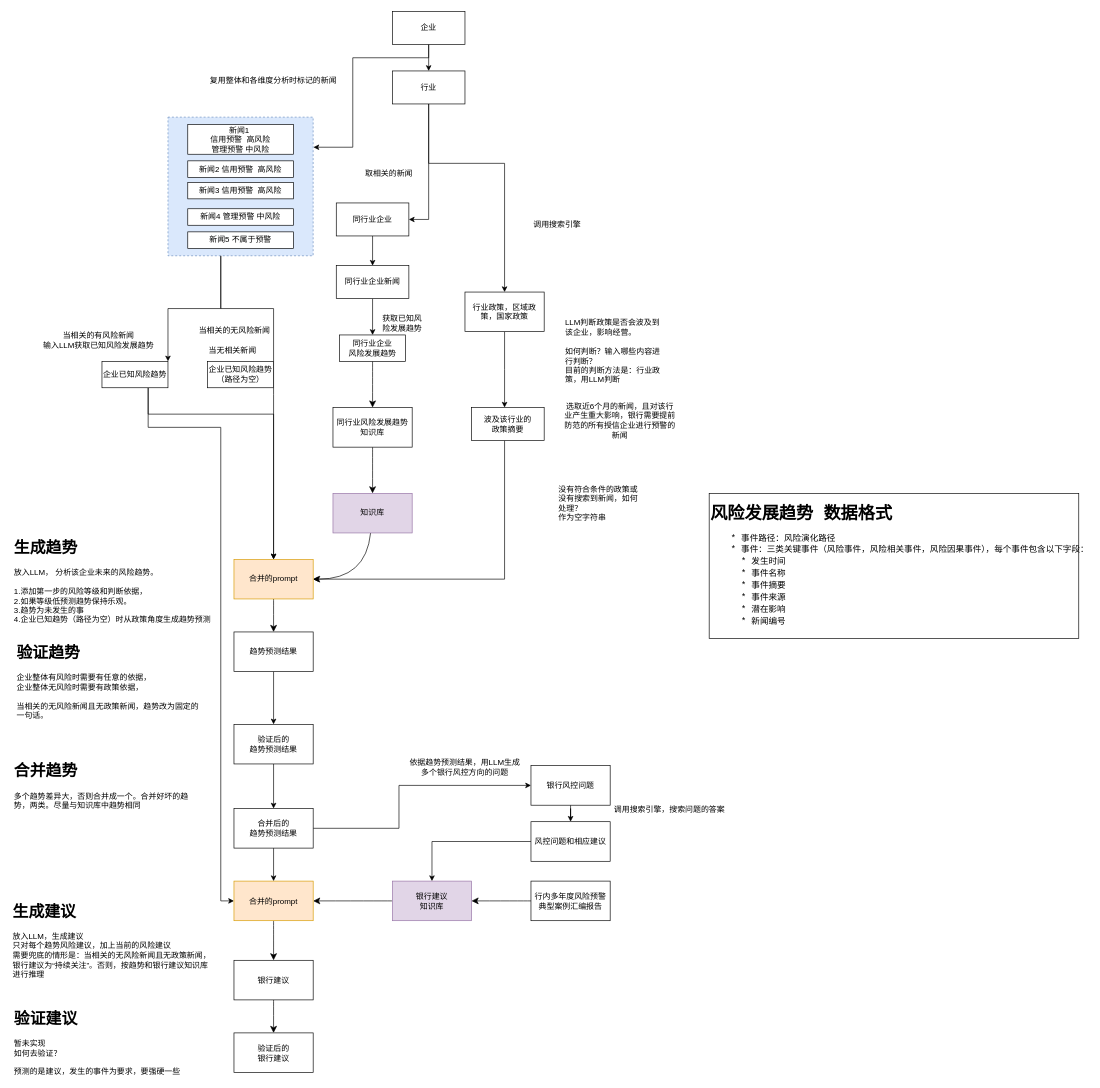
Above: page "趋势预测" (1 of 2) of 舆情分析.drawio in brothermaster/draw (draw.io), before the change. Source tidied: cells renumbered, new cells numbered last; positions are measured from the earlier drawing's top-left corner, leaving out a move shared by most shapes. Both pictures are drawn from the tidied source at 66%, with x=0, y=0 at pixel (11, 11).
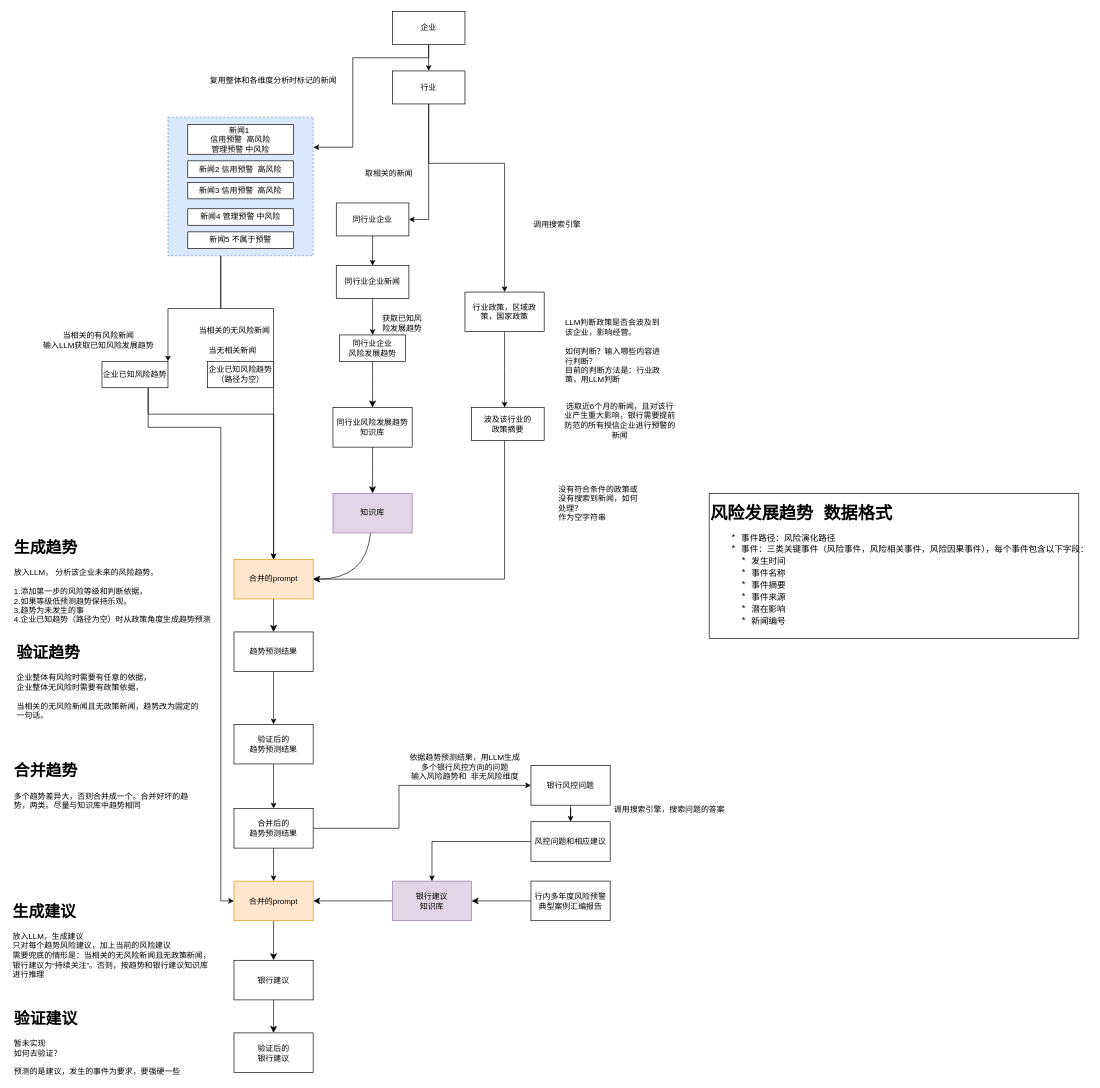
Above is the later version.

Change to the diagram source:
```diff
@@
-    <mxCell id="56" value="依据趋势预测结果，用LLM生成多个银行风控方向的问题" style="text;html=1;align=center;verticalAlign=middle;whiteSpace=wrap;rounded=0;" parent="1" vertex="1">
+    <mxCell id="56" value="依据趋势预测结果，用LLM生成多个银行风控方向的问题&lt;br&gt;输入风险趋势和&amp;nbsp; 非无风险维度" style="text;html=1;align=center;verticalAlign=middle;whiteSpace=wrap;rounded=0;" parent="1" vertex="1">
       <mxGeometry x="598" y="1130" width="180" height="30" as="geometry" />
     </mxCell>
```
